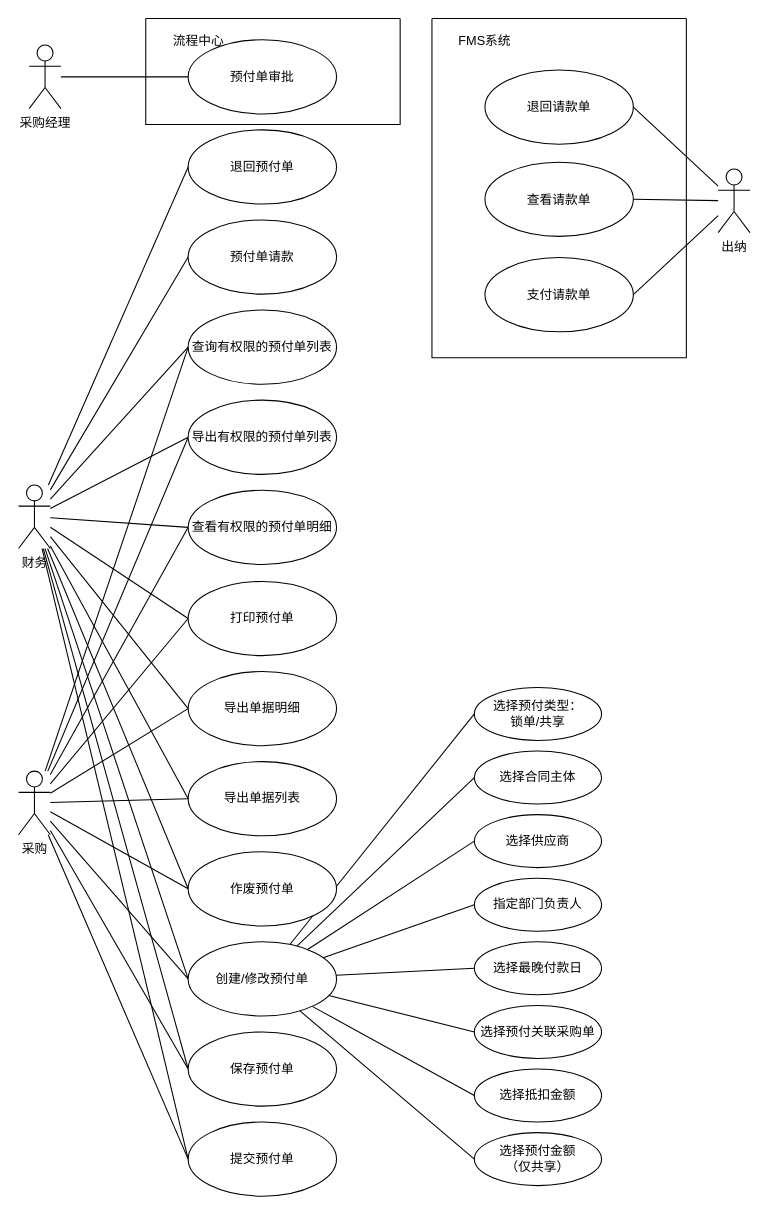
The draw.io diagram page "预付用例" (2 of 4) of 预付流程.drawio in clinkz/whatgithubis, before the edit. Source tidied: cells renumbered, new cells numbered last; positions are measured from the earlier drawing's top-left corner, leaving out a move shared by most shapes. Both pictures are drawn from the tidied source at 106%, with x=0, y=0 at pixel (18, 18).
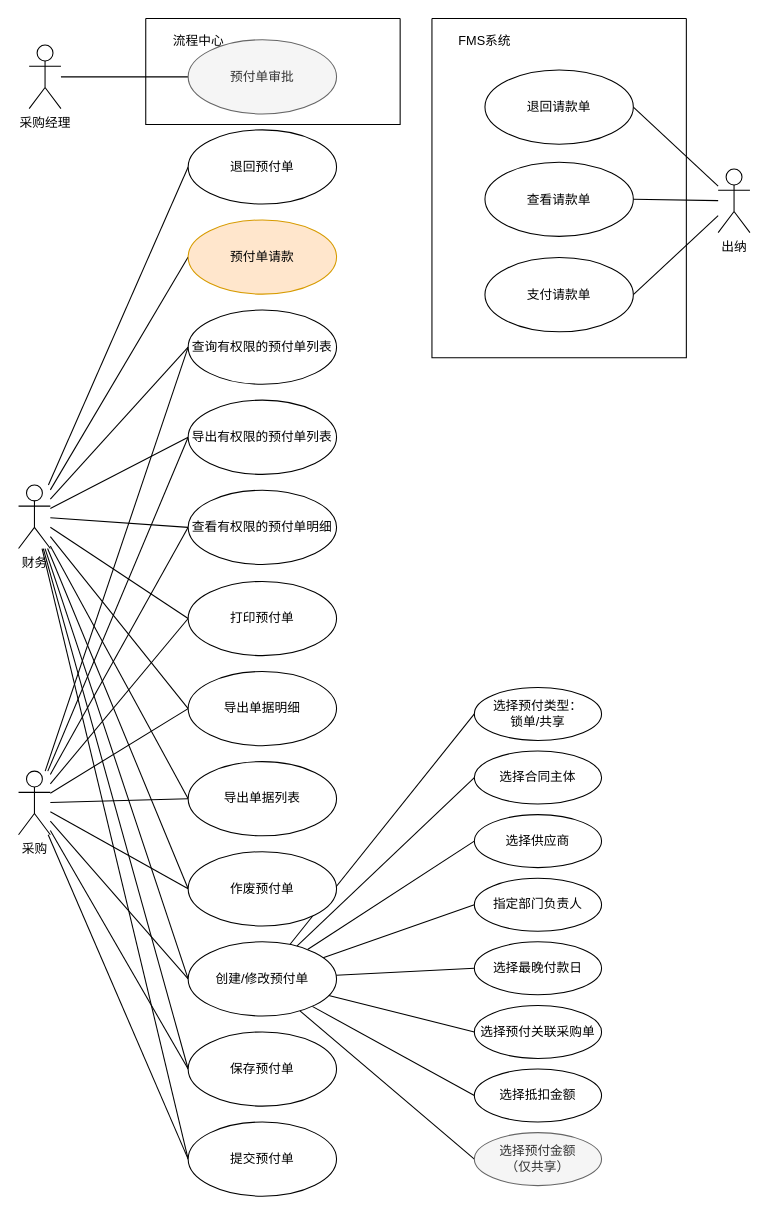
The same page after the edit.

The change refers to these unchanged cells:
```xml
<mxCell id="65" style="swimlane;startSize=0;shadow=0;fontColor=#000000;" parent="1" vertex="1">
  <mxGeometry x="120" width="240" height="100" as="geometry" />
</mxCell>
```

Diff of the diagram source:
```diff
@@
-    <mxCell id="56" value="选择预付金额&lt;br&gt;（仅共享）" style="ellipse;whiteSpace=wrap;html=1;shadow=0;fontColor=#000000;" parent="1" vertex="1">
+    <mxCell id="56" value="选择预付金额&lt;br&gt;（仅共享）" style="ellipse;whiteSpace=wrap;html=1;shadow=0;fontColor=#333333;fillColor=#f5f5f5;strokeColor=#666666;" parent="1" vertex="1">
       <mxGeometry x="430" y="1051" width="120" height="50" as="geometry" />
     </mxCell>
@@
-    <mxCell id="59" value="预付单请款" style="ellipse;whiteSpace=wrap;html=1;shadow=0;fontColor=#000000;" parent="1" vertex="1">
+    <mxCell id="59" value="预付单请款" style="ellipse;whiteSpace=wrap;html=1;shadow=0;fillColor=#ffe6cc;strokeColor=#d79b00;" parent="1" vertex="1">
       <mxGeometry x="160" y="190" width="140" height="70" as="geometry" />
     </mxCell>
@@
-    <mxCell id="67" value="预付单审批" style="ellipse;whiteSpace=wrap;html=1;shadow=0;fontColor=#000000;" parent="65" vertex="1">
+    <mxCell id="67" value="预付单审批" style="ellipse;whiteSpace=wrap;html=1;shadow=0;fontColor=#333333;fillColor=#f5f5f5;strokeColor=#666666;" parent="65" vertex="1">
       <mxGeometry x="40" y="20" width="140" height="70" as="geometry" />
     </mxCell>
```
